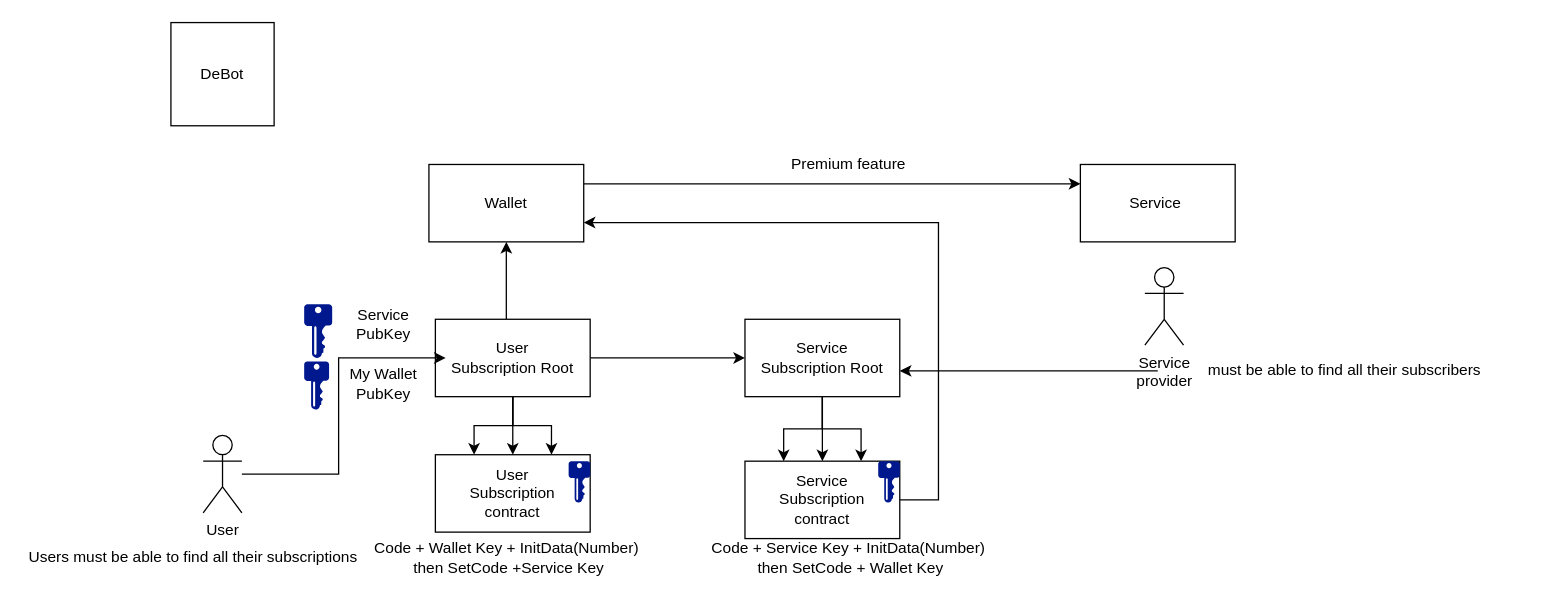
The draw.io diagram Untitled Diagram.drawio in SkySonR/draw.io, before the edit. Source tidied: cells renumbered, new cells numbered last; positions are measured from the earlier drawing's top-left corner, leaving out a move shared by most shapes. Both pictures are drawn from the tidied source at 129%, with x=0, y=0 at pixel (22, 22).
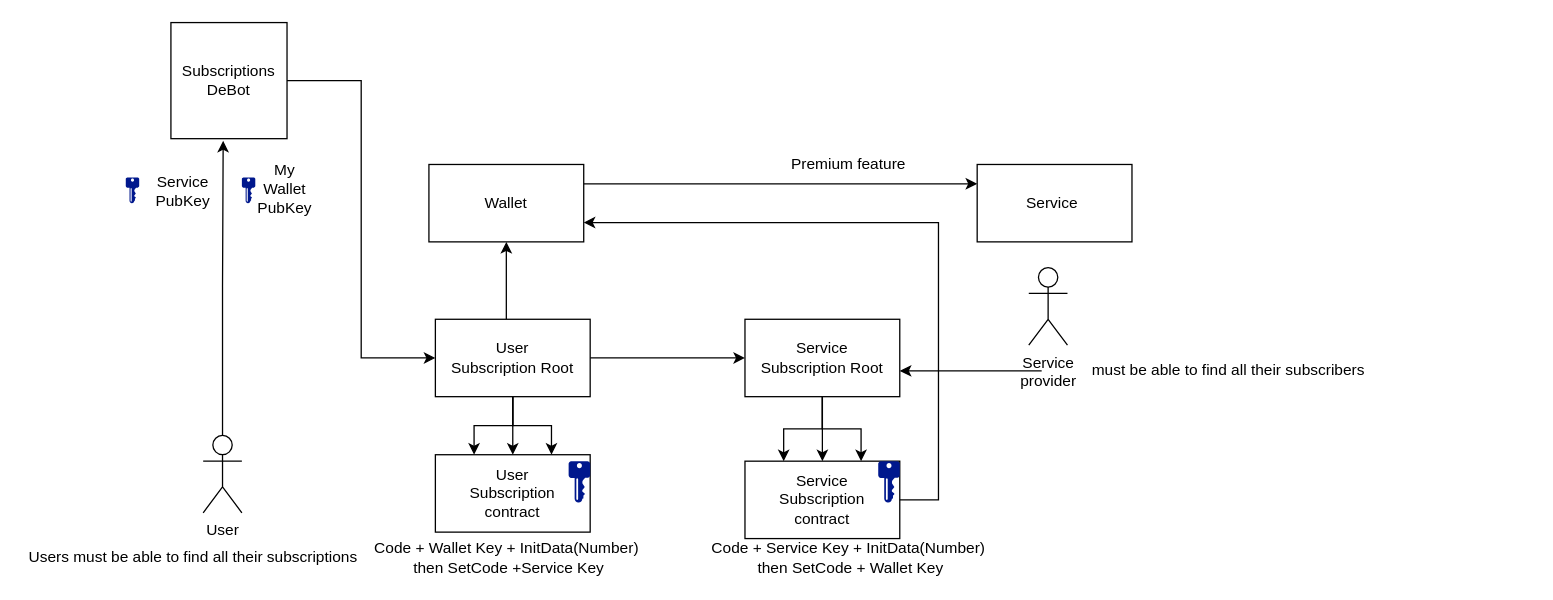
Above is the later version.

The change refers to these unchanged cells:
```xml
<mxCell id="2" value="User" style="shape=umlActor;verticalLabelPosition=bottom;verticalAlign=top;html=1;outlineConnect=0;" parent="1" vertex="1">
  <mxGeometry x="140" y="320" width="30" height="60" as="geometry" />
</mxCell>
<mxCell id="13" value="User&lt;br&gt;Subscription Root" style="rounded=0;whiteSpace=wrap;html=1;" parent="1" vertex="1">
  <mxGeometry x="320" y="230" width="120" height="60" as="geometry" />
</mxCell>
```

Change to the diagram source:
```diff
@@
+    <mxCell id="39" style="edgeStyle=orthogonalEdgeStyle;rounded=0;jettySize=auto;html=1;entryX=0.45;entryY=1.018;entryDx=0;entryDy=0;entryPerimeter=0;" parent="1" edge="1" source="2" target="38">
+      <mxGeometry relative="1" as="geometry" />
+    </mxCell>
@@
     <mxCell id="3" value="Service&amp;nbsp;" style="rounded=0;whiteSpace=wrap;html=1;" parent="1" vertex="1">
-      <mxGeometry x="820" y="110" width="120" height="60" as="geometry" />
+      <mxGeometry x="740" y="110" width="120" height="60" as="geometry" />
     </mxCell>
@@
-    <mxCell id="24" style="edgeStyle=orthogonalEdgeStyle;rounded=0;jettySize=auto;html=1;" parent="1" edge="1" source="2">
-      <mxGeometry relative="1" as="geometry">
-        <mxPoint x="328" y="260" as="targetPoint" />
-        <Array as="points">
-          <mxPoint x="245" y="350" />
-          <mxPoint x="245" y="260" />
-          <mxPoint x="328" y="260" />
-        </Array>
-      </mxGeometry>
-    </mxCell>
-    <mxCell id="25" value="My Wallet PubKey" style="text;html=1;strokeColor=none;fillColor=none;align=center;verticalAlign=middle;whiteSpace=wrap;rounded=0;" parent="1" vertex="1">
-      <mxGeometry x="250" y="270" width="60" height="20" as="geometry" />
-    </mxCell>
-    <mxCell id="26" style="shadow=0;dashed=0;html=1;strokeColor=none;labelPosition=center;verticalLabelPosition=bottom;verticalAlign=top;align=center;fillColor=#00188D;shape=mxgraph.mscae.enterprise.key_permissions;" parent="1" vertex="1">
-      <mxGeometry x="218.3" y="262.8" width="19.3" height="37.2" as="geometry" />
-    </mxCell>
@@
     <mxCell id="28" style="group;" parent="1" vertex="1">
-      <mxGeometry x="218.3" y="218.3" width="91.7" height="41.7" as="geometry" />
+      <mxGeometry x="80" y="120" width="65" height="30" as="geometry" />
     </mxCell>
     <mxCell id="29" value="Service PubKey" style="text;html=1;strokeColor=none;fillColor=none;align=center;verticalAlign=middle;whiteSpace=wrap;rounded=0;" parent="28" vertex="1">
-      <mxGeometry x="31.7" width="60" height="30.9" as="geometry" />
+      <mxGeometry x="22.5" width="42.5" height="22.2" as="geometry" />
     </mxCell>
     <mxCell id="30" style="shadow=0;dashed=0;html=1;strokeColor=none;labelPosition=center;verticalLabelPosition=bottom;verticalAlign=top;align=center;fillColor=#00188D;shape=mxgraph.mscae.enterprise.key_permissions;" parent="28" vertex="1">
-      <mxGeometry width="21.7" height="41.7" as="geometry" />
+      <mxGeometry width="10.4" height="20" as="geometry" />
     </mxCell>
@@
-    <mxCell id="34" style="group;" parent="1" vertex="1">
-      <mxGeometry x="730" y="275" width="290" height="150" as="geometry" />
-    </mxCell>
-    <mxCell id="35" style="group;" parent="34" vertex="1">
-      <mxGeometry x="140" y="-95" width="290" height="150" as="geometry" />
-    </mxCell>
+    <mxCell id="40" style="edgeStyle=orthogonalEdgeStyle;rounded=0;jettySize=auto;html=1;entryX=0;entryY=0.5;entryDx=0;entryDy=0;" parent="1" edge="1" source="38" target="13">
+      <mxGeometry relative="1" as="geometry" />
+    </mxCell>
+    <mxCell id="38" value="Subscriptions&lt;br&gt;DeBot" style="whiteSpace=wrap;html=1;" parent="1" vertex="1">
+      <mxGeometry x="115" width="90" height="90" as="geometry" />
+    </mxCell>
+    <mxCell id="41" style="group;" parent="1" vertex="1">
+      <mxGeometry x="170" y="120" width="50" height="20" as="geometry" />
+    </mxCell>
+    <mxCell id="25" value="My Wallet PubKey" style="text;html=1;strokeColor=none;fillColor=none;align=center;verticalAlign=middle;whiteSpace=wrap;rounded=0;" parent="41" vertex="1">
+      <mxGeometry x="17.3" y="3.9" width="32.7" height="10.8" as="geometry" />
+    </mxCell>
+    <mxCell id="26" style="shadow=0;dashed=0;html=1;strokeColor=none;labelPosition=center;verticalLabelPosition=bottom;verticalAlign=top;align=center;fillColor=#00188D;shape=mxgraph.mscae.enterprise.key_permissions;" parent="41" vertex="1">
+      <mxGeometry width="10.4" height="20" as="geometry" />
+    </mxCell>
+    <mxCell id="37" value="must be able to find all their subscribers" style="text;html=1;strokeColor=none;fillColor=none;align=center;verticalAlign=middle;whiteSpace=wrap;rounded=0;" parent="1" vertex="1">
+      <mxGeometry x="790" y="230" width="290" height="80" as="geometry" />
+    </mxCell>
-    <mxCell id="36" value="Service&lt;br&gt;provider" style="shape=umlActor;verticalLabelPosition=bottom;verticalAlign=top;html=1;" parent="35" vertex="1">
-      <mxGeometry y="10" width="30" height="60" as="geometry" />
+    <mxCell id="36" value="Service&lt;br&gt;provider" style="shape=umlActor;verticalLabelPosition=bottom;verticalAlign=top;html=1;" parent="1" vertex="1">
+      <mxGeometry x="780" y="190" width="30" height="60" as="geometry" />
     </mxCell>
-    <mxCell id="37" value="must be able to find all their subscribers" style="text;html=1;strokeColor=none;fillColor=none;align=center;verticalAlign=middle;whiteSpace=wrap;rounded=0;" parent="35" vertex="1">
-      <mxGeometry x="10" y="50" width="290" height="80" as="geometry" />
-    </mxCell>
-    <mxCell id="38" value="DeBot" style="whiteSpace=wrap;html=1;" parent="1" vertex="1">
-      <mxGeometry x="115" width="80" height="80" as="geometry" />
-    </mxCell>
```
